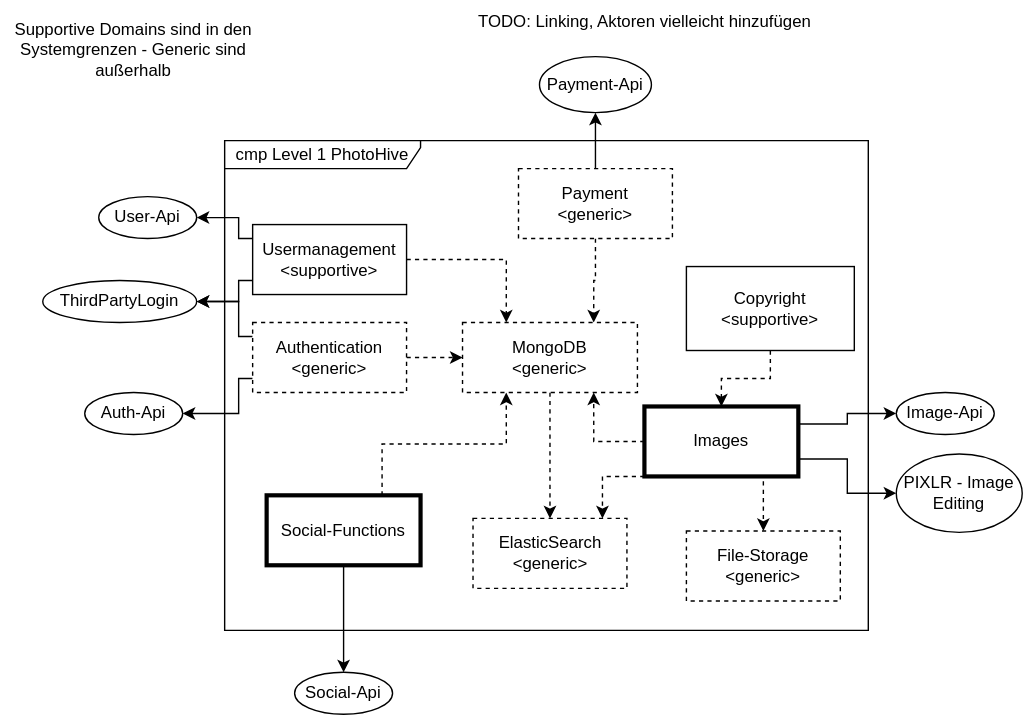
Earlier version of the draw.io export images/SWARC_Building_Block_1.drawio.svg (Z1rael/swa). Source tidied: cells renumbered, new cells last; positions are measured from the earlier drawing's top-left corner, leaving out a move shared by most shapes. Its diagram source:
```xml
<mxGraphModel>
  <root>
    <mxCell id="0" />
    <mxCell id="1" parent="0" />
    <mxCell id="2" value="cmp Level 1 PhotoHive" style="shape=umlFrame;whiteSpace=wrap;html=1;width=140;height=20;" parent="1" vertex="1">
      <mxGeometry x="160" y="100" width="460" height="350" as="geometry" />
    </mxCell>
    <mxCell id="3" style="edgeStyle=orthogonalEdgeStyle;rounded=0;jettySize=auto;html=1;entryX=0.75;entryY=0;entryDx=0;entryDy=0;dashed=1;" parent="1" edge="1" source="5" target="21">
      <mxGeometry relative="1" as="geometry" />
    </mxCell>
    <mxCell id="4" style="edgeStyle=orthogonalEdgeStyle;rounded=0;jettySize=auto;html=1;entryX=0.5;entryY=1;entryDx=0;entryDy=0;" parent="1" edge="1" source="5" target="30">
      <mxGeometry relative="1" as="geometry" />
    </mxCell>
    <mxCell id="5" value="Payment&lt;br&gt;&amp;lt;generic&amp;gt;" style="html=1;whiteSpace=wrap;dashed=1;" parent="1" vertex="1">
      <mxGeometry x="370" y="120" width="110" height="50" as="geometry" />
    </mxCell>
    <mxCell id="6" style="edgeStyle=orthogonalEdgeStyle;rounded=0;jettySize=auto;html=1;entryX=0.5;entryY=0;entryDx=0;entryDy=0;dashed=1;exitX=0.75;exitY=1;exitDx=0;exitDy=0;" parent="1" edge="1" source="11" target="19">
      <mxGeometry relative="1" as="geometry" />
    </mxCell>
    <mxCell id="7" style="edgeStyle=orthogonalEdgeStyle;rounded=0;jettySize=auto;html=1;entryX=0.75;entryY=1;entryDx=0;entryDy=0;dashed=1;" parent="1" edge="1" source="11" target="21">
      <mxGeometry relative="1" as="geometry" />
    </mxCell>
    <mxCell id="8" style="edgeStyle=orthogonalEdgeStyle;rounded=0;jettySize=auto;html=1;exitX=1;exitY=0.75;exitDx=0;exitDy=0;entryX=0;entryY=0.5;entryDx=0;entryDy=0;" parent="1" edge="1" source="11" target="28">
      <mxGeometry relative="1" as="geometry" />
    </mxCell>
    <mxCell id="9" style="edgeStyle=orthogonalEdgeStyle;rounded=0;jettySize=auto;html=1;exitX=1;exitY=0.25;exitDx=0;exitDy=0;entryX=0;entryY=0.5;entryDx=0;entryDy=0;" parent="1" edge="1" source="11" target="29">
      <mxGeometry relative="1" as="geometry" />
    </mxCell>
    <mxCell id="10" style="edgeStyle=orthogonalEdgeStyle;rounded=0;jettySize=auto;html=1;dashed=1;" parent="1" edge="1" source="11" target="37">
      <mxGeometry relative="1" as="geometry">
        <Array as="points">
          <mxPoint x="430" y="340" />
        </Array>
      </mxGeometry>
    </mxCell>
    <mxCell id="11" value="Images" style="html=1;whiteSpace=wrap;strokeWidth=3;" parent="1" vertex="1">
      <mxGeometry x="460" y="290" width="110" height="50" as="geometry" />
    </mxCell>
    <mxCell id="12" style="edgeStyle=orthogonalEdgeStyle;rounded=0;jettySize=auto;html=1;entryX=0.25;entryY=0;entryDx=0;entryDy=0;dashed=1;" parent="1" edge="1" source="15" target="21">
      <mxGeometry relative="1" as="geometry" />
    </mxCell>
    <mxCell id="13" style="edgeStyle=orthogonalEdgeStyle;rounded=0;jettySize=auto;html=1;" parent="1" edge="1" source="15" target="31">
      <mxGeometry relative="1" as="geometry">
        <Array as="points">
          <mxPoint x="170" y="170" />
          <mxPoint x="170" y="155" />
        </Array>
      </mxGeometry>
    </mxCell>
    <mxCell id="14" style="edgeStyle=orthogonalEdgeStyle;rounded=0;jettySize=auto;html=1;entryX=1;entryY=0.5;entryDx=0;entryDy=0;" parent="1" edge="1" source="15" target="34">
      <mxGeometry relative="1" as="geometry">
        <Array as="points">
          <mxPoint x="170" y="200" />
          <mxPoint x="170" y="215" />
        </Array>
      </mxGeometry>
    </mxCell>
    <mxCell id="15" value="Usermanagement&lt;div&gt;&amp;lt;supportive&amp;gt;&lt;/div&gt;" style="html=1;whiteSpace=wrap;" parent="1" vertex="1">
      <mxGeometry x="180" y="160" width="110" height="50" as="geometry" />
    </mxCell>
    <mxCell id="16" style="edgeStyle=orthogonalEdgeStyle;rounded=0;jettySize=auto;html=1;entryX=0.25;entryY=1;entryDx=0;entryDy=0;exitX=0.75;exitY=0;exitDx=0;exitDy=0;dashed=1;" parent="1" edge="1" source="18" target="21">
      <mxGeometry relative="1" as="geometry" />
    </mxCell>
    <mxCell id="17" style="edgeStyle=orthogonalEdgeStyle;rounded=0;jettySize=auto;html=1;exitX=0.5;exitY=1;exitDx=0;exitDy=0;" parent="1" edge="1" source="18" target="33">
      <mxGeometry relative="1" as="geometry" />
    </mxCell>
    <mxCell id="18" value="Social-Functions" style="html=1;whiteSpace=wrap;strokeWidth=3;" parent="1" vertex="1">
      <mxGeometry x="190" y="353.5" width="110" height="50" as="geometry" />
    </mxCell>
    <mxCell id="19" value="File-Storage&lt;div&gt;&amp;lt;generic&amp;gt;&lt;/div&gt;" style="html=1;whiteSpace=wrap;dashed=1;" parent="1" vertex="1">
      <mxGeometry x="490" y="379" width="110" height="50" as="geometry" />
    </mxCell>
    <mxCell id="20" style="edgeStyle=orthogonalEdgeStyle;rounded=0;jettySize=auto;html=1;dashed=1;" parent="1" edge="1" source="21" target="37">
      <mxGeometry relative="1" as="geometry" />
    </mxCell>
    <mxCell id="21" value="MongoDB&lt;br&gt;&amp;lt;generic&amp;gt;" style="html=1;whiteSpace=wrap;dashed=1;" parent="1" vertex="1">
      <mxGeometry x="330" y="230" width="125" height="50" as="geometry" />
    </mxCell>
    <mxCell id="22" style="edgeStyle=orthogonalEdgeStyle;rounded=0;jettySize=auto;html=1;" parent="1" edge="1" source="25" target="32">
      <mxGeometry relative="1" as="geometry">
        <Array as="points">
          <mxPoint x="170" y="270" />
          <mxPoint x="170" y="295" />
        </Array>
      </mxGeometry>
    </mxCell>
    <mxCell id="23" style="edgeStyle=orthogonalEdgeStyle;rounded=0;jettySize=auto;html=1;entryX=1;entryY=0.5;entryDx=0;entryDy=0;" parent="1" edge="1" source="25" target="34">
      <mxGeometry relative="1" as="geometry">
        <Array as="points">
          <mxPoint x="170" y="240" />
          <mxPoint x="170" y="215" />
        </Array>
      </mxGeometry>
    </mxCell>
    <mxCell id="24" style="edgeStyle=orthogonalEdgeStyle;rounded=0;jettySize=auto;html=1;dashed=1;" parent="1" edge="1" source="25" target="21">
      <mxGeometry relative="1" as="geometry" />
    </mxCell>
    <mxCell id="25" value="Authentication&lt;div&gt;&amp;lt;generic&amp;gt;&lt;/div&gt;" style="html=1;whiteSpace=wrap;dashed=1;" parent="1" vertex="1">
      <mxGeometry x="180" y="230" width="110" height="50" as="geometry" />
    </mxCell>
    <mxCell id="26" style="edgeStyle=orthogonalEdgeStyle;rounded=0;jettySize=auto;html=1;dashed=1;" parent="1" edge="1" source="27" target="11">
      <mxGeometry relative="1" as="geometry" />
    </mxCell>
    <mxCell id="27" value="Copyright&lt;div&gt;&amp;lt;supportive&amp;gt;&lt;/div&gt;" style="rounded=0;whiteSpace=wrap;html=1;fontStyle=0;" parent="1" vertex="1">
      <mxGeometry x="490" y="190" width="120" height="60" as="geometry" />
    </mxCell>
    <mxCell id="28" value="PIXLR - Image Editing" style="ellipse;whiteSpace=wrap;html=1;" parent="1" vertex="1">
      <mxGeometry x="640" y="324" width="90" height="56" as="geometry" />
    </mxCell>
    <mxCell id="29" value="Image-Api" style="ellipse;whiteSpace=wrap;html=1;" parent="1" vertex="1">
      <mxGeometry x="640" y="280" width="70" height="30" as="geometry" />
    </mxCell>
    <mxCell id="30" value="Payment-Api" style="ellipse;whiteSpace=wrap;html=1;" parent="1" vertex="1">
      <mxGeometry x="385" y="40" width="80" height="40" as="geometry" />
    </mxCell>
    <mxCell id="31" value="User-Api" style="ellipse;whiteSpace=wrap;html=1;" parent="1" vertex="1">
      <mxGeometry x="70" y="140" width="70" height="30" as="geometry" />
    </mxCell>
    <mxCell id="32" value="Auth-Api" style="ellipse;whiteSpace=wrap;html=1;" parent="1" vertex="1">
      <mxGeometry x="60" y="280" width="70" height="30" as="geometry" />
    </mxCell>
    <mxCell id="33" value="Social-Api" style="ellipse;whiteSpace=wrap;html=1;" parent="1" vertex="1">
      <mxGeometry x="210" y="480" width="70" height="30" as="geometry" />
    </mxCell>
    <mxCell id="34" value="ThirdPartyLogin" style="ellipse;whiteSpace=wrap;html=1;" parent="1" vertex="1">
      <mxGeometry x="30" y="200" width="110" height="30" as="geometry" />
    </mxCell>
    <mxCell id="35" value="TODO: Linking, Aktoren vielleicht hinzufügen" style="text;html=1;whiteSpace=wrap;strokeColor=none;fillColor=none;align=center;verticalAlign=middle;rounded=0;" parent="1" vertex="1">
      <mxGeometry x="301" width="319" height="30" as="geometry" />
    </mxCell>
    <mxCell id="36" value="Supportive Domains sind in den Systemgrenzen - Generic sind außerhalb" style="text;html=1;whiteSpace=wrap;strokeColor=none;fillColor=none;align=center;verticalAlign=middle;rounded=0;" parent="1" vertex="1">
      <mxGeometry y="20" width="190" height="30" as="geometry" />
    </mxCell>
    <mxCell id="37" value="ElasticSearch&lt;div&gt;&amp;lt;generic&amp;gt;&lt;/div&gt;" style="html=1;whiteSpace=wrap;dashed=1;" parent="1" vertex="1">
      <mxGeometry x="337.5" y="370" width="110" height="50" as="geometry" />
    </mxCell>
  </root>
</mxGraphModel>
```
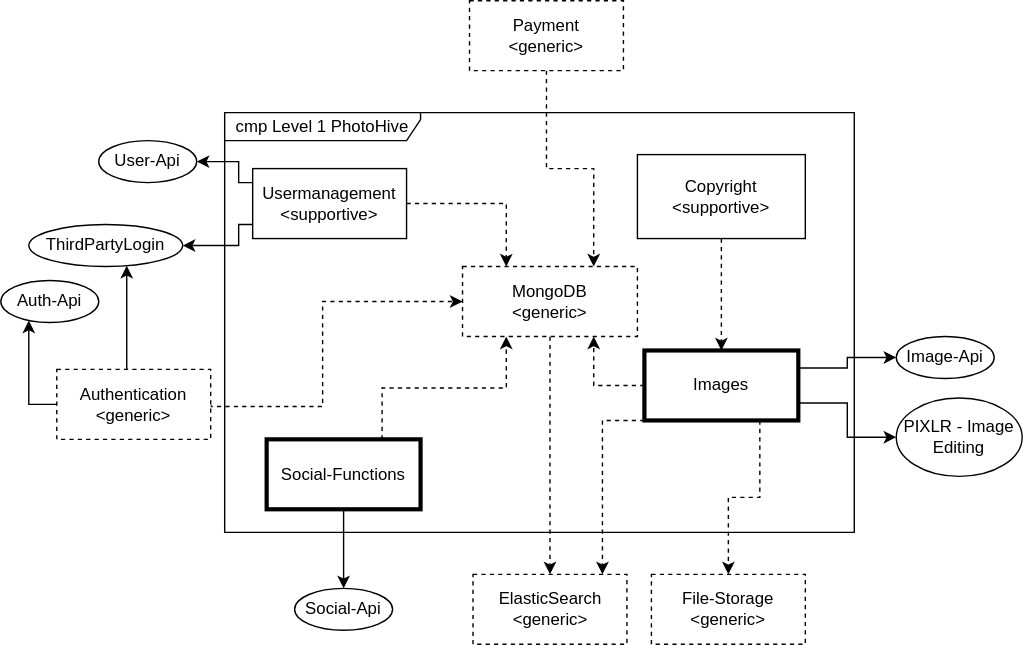
Above is the later version.

Commit message:
05_building_block_view

Diff of the diagram source:
```diff
@@ -3,16 +3,13 @@
     <mxCell id="0" />
     <mxCell id="1" parent="0" />
     <mxCell id="2" value="cmp Level 1 PhotoHive" style="shape=umlFrame;whiteSpace=wrap;html=1;width=140;height=20;" parent="1" vertex="1">
-      <mxGeometry x="160" y="100" width="460" height="350" as="geometry" />
+      <mxGeometry x="160" y="120" width="450" height="300" as="geometry" />
     </mxCell>
     <mxCell id="3" style="edgeStyle=orthogonalEdgeStyle;rounded=0;jettySize=auto;html=1;entryX=0.75;entryY=0;entryDx=0;entryDy=0;dashed=1;" parent="1" edge="1" source="5" target="21">
       <mxGeometry relative="1" as="geometry" />
     </mxCell>
-    <mxCell id="4" style="edgeStyle=orthogonalEdgeStyle;rounded=0;jettySize=auto;html=1;entryX=0.5;entryY=1;entryDx=0;entryDy=0;" parent="1" edge="1" source="5" target="30">
-      <mxGeometry relative="1" as="geometry" />
-    </mxCell>
     <mxCell id="5" value="Payment&lt;br&gt;&amp;lt;generic&amp;gt;" style="html=1;whiteSpace=wrap;dashed=1;" parent="1" vertex="1">
-      <mxGeometry x="370" y="120" width="110" height="50" as="geometry" />
+      <mxGeometry x="335" y="40" width="110" height="50" as="geometry" />
     </mxCell>
     <mxCell id="6" style="edgeStyle=orthogonalEdgeStyle;rounded=0;jettySize=auto;html=1;entryX=0.5;entryY=0;entryDx=0;entryDy=0;dashed=1;exitX=0.75;exitY=1;exitDx=0;exitDy=0;" parent="1" edge="1" source="11" target="19">
       <mxGeometry relative="1" as="geometry" />
@@ -68,7 +65,7 @@
       <mxGeometry x="190" y="353.5" width="110" height="50" as="geometry" />
     </mxCell>
     <mxCell id="19" value="File-Storage&lt;div&gt;&amp;lt;generic&amp;gt;&lt;/div&gt;" style="html=1;whiteSpace=wrap;dashed=1;" parent="1" vertex="1">
-      <mxGeometry x="490" y="379" width="110" height="50" as="geometry" />
+      <mxGeometry x="465" y="450" width="110" height="50" as="geometry" />
     </mxCell>
     <mxCell id="20" style="edgeStyle=orthogonalEdgeStyle;rounded=0;jettySize=auto;html=1;dashed=1;" parent="1" edge="1" source="21" target="37">
       <mxGeometry relative="1" as="geometry" />
@@ -76,33 +73,38 @@
     <mxCell id="21" value="MongoDB&lt;br&gt;&amp;lt;generic&amp;gt;" style="html=1;whiteSpace=wrap;dashed=1;" parent="1" vertex="1">
       <mxGeometry x="330" y="230" width="125" height="50" as="geometry" />
     </mxCell>
-    <mxCell id="22" style="edgeStyle=orthogonalEdgeStyle;rounded=0;jettySize=auto;html=1;" parent="1" edge="1" source="25" target="32">
+    <mxCell id="22" style="edgeStyle=orthogonalEdgeStyle;rounded=0;jettySize=auto;html=1;exitX=0;exitY=0.5;exitDx=0;exitDy=0;" parent="1" edge="1" source="25" target="32">
       <mxGeometry relative="1" as="geometry">
         <Array as="points">
-          <mxPoint x="170" y="270" />
-          <mxPoint x="170" y="295" />
+          <mxPoint x="20" y="329" />
         </Array>
       </mxGeometry>
     </mxCell>
-    <mxCell id="23" style="edgeStyle=orthogonalEdgeStyle;rounded=0;jettySize=auto;html=1;entryX=1;entryY=0.5;entryDx=0;entryDy=0;" parent="1" edge="1" source="25" target="34">
+    <mxCell id="23" style="edgeStyle=orthogonalEdgeStyle;rounded=0;jettySize=auto;html=1;" parent="1" edge="1" source="25" target="34">
       <mxGeometry relative="1" as="geometry">
         <Array as="points">
-          <mxPoint x="170" y="240" />
-          <mxPoint x="170" y="215" />
+          <mxPoint x="90" y="290" />
+          <mxPoint x="90" y="290" />
         </Array>
       </mxGeometry>
     </mxCell>
-    <mxCell id="24" style="edgeStyle=orthogonalEdgeStyle;rounded=0;jettySize=auto;html=1;dashed=1;" parent="1" edge="1" source="25" target="21">
-      <mxGeometry relative="1" as="geometry" />
+    <mxCell id="24" style="edgeStyle=orthogonalEdgeStyle;rounded=0;jettySize=auto;html=1;dashed=1;exitX=1;exitY=0.5;exitDx=0;exitDy=0;" parent="1" edge="1" source="25" target="21">
+      <mxGeometry relative="1" as="geometry">
+        <Array as="points">
+          <mxPoint x="150" y="330" />
+          <mxPoint x="230" y="330" />
+          <mxPoint x="230" y="255" />
+        </Array>
+      </mxGeometry>
     </mxCell>
     <mxCell id="25" value="Authentication&lt;div&gt;&amp;lt;generic&amp;gt;&lt;/div&gt;" style="html=1;whiteSpace=wrap;dashed=1;" parent="1" vertex="1">
-      <mxGeometry x="180" y="230" width="110" height="50" as="geometry" />
+      <mxGeometry x="40" y="303.5" width="110" height="50" as="geometry" />
     </mxCell>
     <mxCell id="26" style="edgeStyle=orthogonalEdgeStyle;rounded=0;jettySize=auto;html=1;dashed=1;" parent="1" edge="1" source="27" target="11">
       <mxGeometry relative="1" as="geometry" />
     </mxCell>
     <mxCell id="27" value="Copyright&lt;div&gt;&amp;lt;supportive&amp;gt;&lt;/div&gt;" style="rounded=0;whiteSpace=wrap;html=1;fontStyle=0;" parent="1" vertex="1">
-      <mxGeometry x="490" y="190" width="120" height="60" as="geometry" />
+      <mxGeometry x="455" y="150" width="120" height="60" as="geometry" />
     </mxCell>
     <mxCell id="28" value="PIXLR - Image Editing" style="ellipse;whiteSpace=wrap;html=1;" parent="1" vertex="1">
       <mxGeometry x="640" y="324" width="90" height="56" as="geometry" />
@@ -110,29 +112,20 @@
     <mxCell id="29" value="Image-Api" style="ellipse;whiteSpace=wrap;html=1;" parent="1" vertex="1">
       <mxGeometry x="640" y="280" width="70" height="30" as="geometry" />
     </mxCell>
-    <mxCell id="30" value="Payment-Api" style="ellipse;whiteSpace=wrap;html=1;" parent="1" vertex="1">
-      <mxGeometry x="385" y="40" width="80" height="40" as="geometry" />
-    </mxCell>
     <mxCell id="31" value="User-Api" style="ellipse;whiteSpace=wrap;html=1;" parent="1" vertex="1">
       <mxGeometry x="70" y="140" width="70" height="30" as="geometry" />
     </mxCell>
     <mxCell id="32" value="Auth-Api" style="ellipse;whiteSpace=wrap;html=1;" parent="1" vertex="1">
-      <mxGeometry x="60" y="280" width="70" height="30" as="geometry" />
+      <mxGeometry y="240" width="70" height="30" as="geometry" />
     </mxCell>
     <mxCell id="33" value="Social-Api" style="ellipse;whiteSpace=wrap;html=1;" parent="1" vertex="1">
-      <mxGeometry x="210" y="480" width="70" height="30" as="geometry" />
+      <mxGeometry x="210" y="460" width="70" height="30" as="geometry" />
     </mxCell>
     <mxCell id="34" value="ThirdPartyLogin" style="ellipse;whiteSpace=wrap;html=1;" parent="1" vertex="1">
-      <mxGeometry x="30" y="200" width="110" height="30" as="geometry" />
+      <mxGeometry x="20" y="200" width="110" height="30" as="geometry" />
     </mxCell>
-    <mxCell id="35" value="TODO: Linking, Aktoren vielleicht hinzufügen" style="text;html=1;whiteSpace=wrap;strokeColor=none;fillColor=none;align=center;verticalAlign=middle;rounded=0;" parent="1" vertex="1">
-      <mxGeometry x="301" width="319" height="30" as="geometry" />
-    </mxCell>
-    <mxCell id="36" value="Supportive Domains sind in den Systemgrenzen - Generic sind außerhalb" style="text;html=1;whiteSpace=wrap;strokeColor=none;fillColor=none;align=center;verticalAlign=middle;rounded=0;" parent="1" vertex="1">
-      <mxGeometry y="20" width="190" height="30" as="geometry" />
-    </mxCell>
     <mxCell id="37" value="ElasticSearch&lt;div&gt;&amp;lt;generic&amp;gt;&lt;/div&gt;" style="html=1;whiteSpace=wrap;dashed=1;" parent="1" vertex="1">
-      <mxGeometry x="337.5" y="370" width="110" height="50" as="geometry" />
+      <mxGeometry x="337.5" y="450" width="110" height="50" as="geometry" />
     </mxCell>
   </root>
 </mxGraphModel>
```
